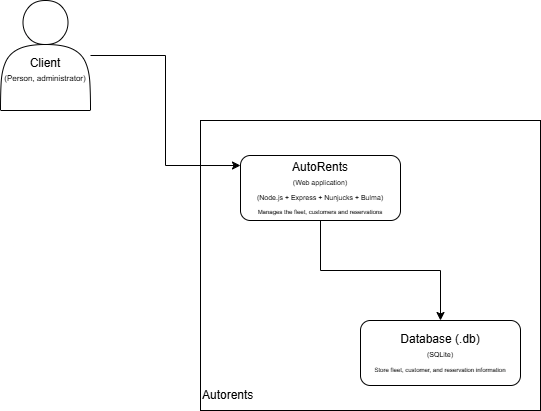
Before: docs/AutoRentsL2.drawio.png, a diagram exported from draw.io (LorenzoDrovandi7/AutoRents). Source tidied: cells renumbered, new cells last; positions are measured from the earlier drawing's top-left corner, leaving out a move shared by most shapes. Source of this version:
```xml
<mxGraphModel background="light-dark(#FFFFFF,#FFFEFE)">
  <root>
    <mxCell id="0" />
    <mxCell id="1" parent="0" />
    <mxCell id="2" value="&lt;div&gt;&lt;br&gt;&lt;/div&gt;&lt;div&gt;&lt;br&gt;&lt;/div&gt;Client&lt;div&gt;&lt;font style=&quot;font-size: 8px;&quot;&gt;(Person, administrator)&lt;/font&gt;&lt;/div&gt;" style="shape=actor;whiteSpace=wrap;html=1;" parent="1" vertex="1">
      <mxGeometry width="90" height="110" as="geometry" />
    </mxCell>
    <mxCell id="3" value="&lt;div&gt;&lt;span style=&quot;background-color: transparent; color: light-dark(rgb(0, 0, 0), rgb(255, 255, 255));&quot;&gt;&lt;br&gt;&lt;/span&gt;&lt;/div&gt;&lt;span style=&quot;background-color: transparent; color: light-dark(rgb(0, 0, 0), rgb(255, 255, 255));&quot;&gt;&lt;div&gt;&lt;span style=&quot;background-color: transparent; color: light-dark(rgb(0, 0, 0), rgb(255, 255, 255));&quot;&gt;&lt;br&gt;&lt;/span&gt;&lt;/div&gt;&lt;div&gt;&lt;span style=&quot;background-color: transparent; color: light-dark(rgb(0, 0, 0), rgb(255, 255, 255));&quot;&gt;&lt;br&gt;&lt;/span&gt;&lt;/div&gt;&lt;div&gt;&lt;span style=&quot;background-color: transparent; color: light-dark(rgb(0, 0, 0), rgb(255, 255, 255));&quot;&gt;&lt;br&gt;&lt;/span&gt;&lt;/div&gt;&lt;div&gt;&lt;span style=&quot;background-color: transparent; color: light-dark(rgb(0, 0, 0), rgb(255, 255, 255));&quot;&gt;&lt;br&gt;&lt;/span&gt;&lt;/div&gt;&lt;div&gt;&lt;span style=&quot;background-color: transparent; color: light-dark(rgb(0, 0, 0), rgb(255, 255, 255));&quot;&gt;&lt;br&gt;&lt;/span&gt;&lt;/div&gt;&lt;div&gt;&lt;span style=&quot;background-color: transparent; color: light-dark(rgb(0, 0, 0), rgb(255, 255, 255));&quot;&gt;&lt;br&gt;&lt;/span&gt;&lt;/div&gt;&lt;div&gt;&lt;span style=&quot;background-color: transparent; color: light-dark(rgb(0, 0, 0), rgb(255, 255, 255));&quot;&gt;&lt;br&gt;&lt;/span&gt;&lt;/div&gt;&lt;div&gt;&lt;span style=&quot;background-color: transparent; color: light-dark(rgb(0, 0, 0), rgb(255, 255, 255));&quot;&gt;&lt;br&gt;&lt;/span&gt;&lt;/div&gt;&lt;div&gt;&lt;span style=&quot;background-color: transparent; color: light-dark(rgb(0, 0, 0), rgb(255, 255, 255));&quot;&gt;&lt;br&gt;&lt;/span&gt;&lt;/div&gt;&lt;div&gt;&lt;span style=&quot;background-color: transparent; color: light-dark(rgb(0, 0, 0), rgb(255, 255, 255));&quot;&gt;&lt;br&gt;&lt;/span&gt;&lt;/div&gt;&lt;div&gt;&lt;span style=&quot;background-color: transparent; color: light-dark(rgb(0, 0, 0), rgb(255, 255, 255));&quot;&gt;&lt;br&gt;&lt;/span&gt;&lt;/div&gt;&lt;div&gt;&lt;span style=&quot;background-color: transparent; color: light-dark(rgb(0, 0, 0), rgb(255, 255, 255));&quot;&gt;&lt;br&gt;&lt;/span&gt;&lt;/div&gt;&lt;div&gt;&lt;span style=&quot;background-color: transparent; color: light-dark(rgb(0, 0, 0), rgb(255, 255, 255));&quot;&gt;&lt;br&gt;&lt;/span&gt;&lt;/div&gt;&lt;div&gt;&lt;span style=&quot;background-color: transparent; color: light-dark(rgb(0, 0, 0), rgb(255, 255, 255));&quot;&gt;&lt;br&gt;&lt;/span&gt;&lt;/div&gt;&lt;div&gt;&lt;span style=&quot;background-color: transparent; color: light-dark(rgb(0, 0, 0), rgb(255, 255, 255));&quot;&gt;&lt;br&gt;&lt;/span&gt;&lt;/div&gt;&lt;div&gt;&lt;span style=&quot;background-color: transparent; color: light-dark(rgb(0, 0, 0), rgb(255, 255, 255));&quot;&gt;&lt;br&gt;&lt;/span&gt;&lt;/div&gt;&lt;div&gt;&lt;span style=&quot;background-color: transparent; color: light-dark(rgb(0, 0, 0), rgb(255, 255, 255));&quot;&gt;&lt;br&gt;&lt;/span&gt;&lt;/div&gt;Autorents&lt;/span&gt;" style="rounded=0;whiteSpace=wrap;html=1;align=left;" parent="1" vertex="1">
      <mxGeometry x="200" y="120" width="340" height="290" as="geometry" />
    </mxCell>
    <mxCell id="4" style="edgeStyle=orthogonalEdgeStyle;rounded=0;jettySize=auto;html=1;" parent="1" edge="1" source="5" target="7">
      <mxGeometry relative="1" as="geometry" />
    </mxCell>
    <mxCell id="5" value="AutoRents&lt;br&gt;&lt;font style=&quot;font-size: 7px;&quot;&gt;(Web application)&lt;/font&gt;&lt;div&gt;&lt;font style=&quot;&quot;&gt;&lt;span style=&quot;font-size: 7px;&quot;&gt;(Node.js + Express + Nunjucks + Bulma)&lt;/span&gt;&lt;/font&gt;&lt;/div&gt;&lt;div&gt;&lt;span style=&quot;font-size: 6px; text-wrap-mode: nowrap;&quot;&gt;Manages the fleet, customers and reservations&lt;/span&gt;&lt;/div&gt;" style="rounded=1;whiteSpace=wrap;html=1;" parent="1" vertex="1">
      <mxGeometry x="240" y="155" width="160" height="65" as="geometry" />
    </mxCell>
    <mxCell id="6" style="edgeStyle=orthogonalEdgeStyle;rounded=0;jettySize=auto;html=1;entryX=0;entryY=0.154;entryDx=0;entryDy=0;entryPerimeter=0;" parent="1" edge="1" source="2" target="5">
      <mxGeometry relative="1" as="geometry" />
    </mxCell>
    <mxCell id="7" value="Database (.db)&lt;br&gt;&lt;font style=&quot;font-size: 7px;&quot;&gt;(SQLite)&lt;/font&gt;&lt;div&gt;&lt;span style=&quot;font-size: 6px; text-wrap-mode: nowrap;&quot;&gt;Store fleet, customer, and reservation information&lt;/span&gt;&lt;/div&gt;" style="rounded=1;whiteSpace=wrap;html=1;" parent="1" vertex="1">
      <mxGeometry x="360" y="320" width="160" height="65" as="geometry" />
    </mxCell>
  </root>
</mxGraphModel>
```
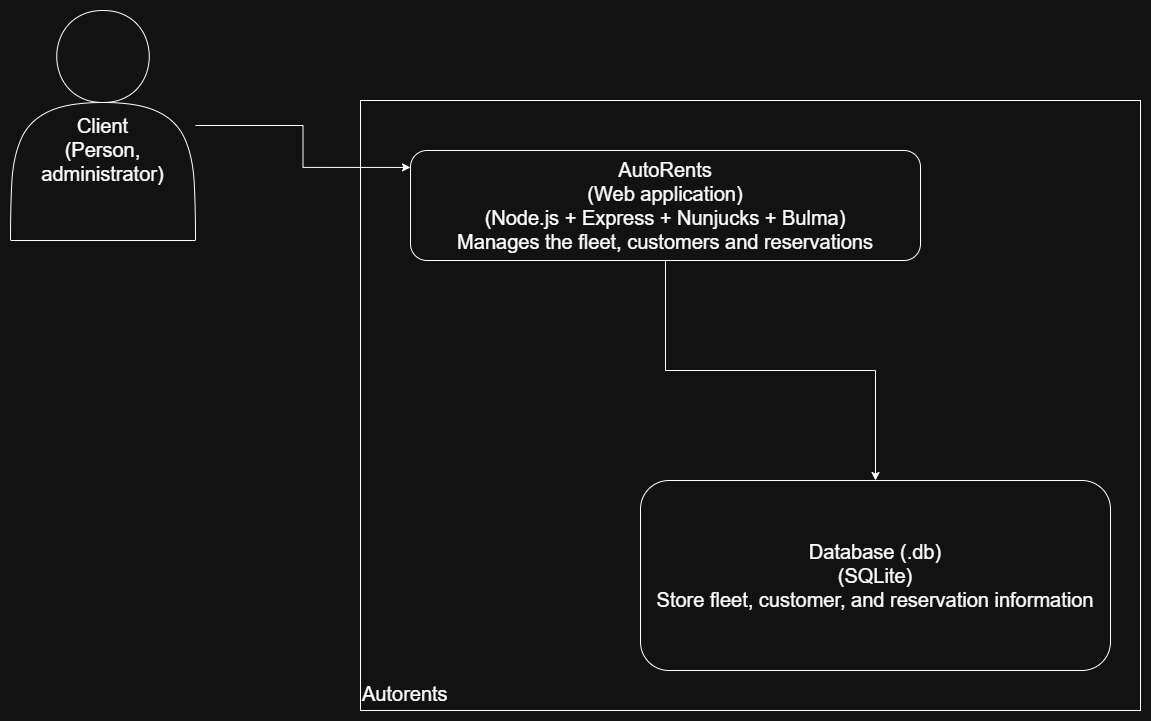
Above is the later version.

Change to the diagram source:
```diff
@@ -1,24 +1,24 @@
-<mxGraphModel background="light-dark(#FFFFFF,#FFFEFE)">
+<mxGraphModel>
   <root>
     <mxCell id="0" />
     <mxCell id="1" parent="0" />
-    <mxCell id="2" value="&lt;div&gt;&lt;br&gt;&lt;/div&gt;&lt;div&gt;&lt;br&gt;&lt;/div&gt;Client&lt;div&gt;&lt;font style=&quot;font-size: 8px;&quot;&gt;(Person, administrator)&lt;/font&gt;&lt;/div&gt;" style="shape=actor;whiteSpace=wrap;html=1;" parent="1" vertex="1">
-      <mxGeometry width="90" height="110" as="geometry" />
+    <mxCell id="2" value="&lt;div&gt;&lt;br&gt;&lt;/div&gt;&lt;div&gt;&lt;br&gt;&lt;/div&gt;Client&lt;div&gt;&lt;font&gt;(Person, administrator)&lt;/font&gt;&lt;/div&gt;" style="shape=actor;whiteSpace=wrap;html=1;fontSize=20;" parent="1" vertex="1">
+      <mxGeometry x="-270" y="30" width="185" height="230" as="geometry" />
     </mxCell>
-    <mxCell id="3" value="&lt;div&gt;&lt;span style=&quot;background-color: transparent; color: light-dark(rgb(0, 0, 0), rgb(255, 255, 255));&quot;&gt;&lt;br&gt;&lt;/span&gt;&lt;/div&gt;&lt;span style=&quot;background-color: transparent; color: light-dark(rgb(0, 0, 0), rgb(255, 255, 255));&quot;&gt;&lt;div&gt;&lt;span style=&quot;background-color: transparent; color: light-dark(rgb(0, 0, 0), rgb(255, 255, 255));&quot;&gt;&lt;br&gt;&lt;/span&gt;&lt;/div&gt;&lt;div&gt;&lt;span style=&quot;background-color: transparent; color: light-dark(rgb(0, 0, 0), rgb(255, 255, 255));&quot;&gt;&lt;br&gt;&lt;/span&gt;&lt;/div&gt;&lt;div&gt;&lt;span style=&quot;background-color: transparent; color: light-dark(rgb(0, 0, 0), rgb(255, 255, 255));&quot;&gt;&lt;br&gt;&lt;/span&gt;&lt;/div&gt;&lt;div&gt;&lt;span style=&quot;background-color: transparent; color: light-dark(rgb(0, 0, 0), rgb(255, 255, 255));&quot;&gt;&lt;br&gt;&lt;/span&gt;&lt;/div&gt;&lt;div&gt;&lt;span style=&quot;background-color: transparent; color: light-dark(rgb(0, 0, 0), rgb(255, 255, 255));&quot;&gt;&lt;br&gt;&lt;/span&gt;&lt;/div&gt;&lt;div&gt;&lt;span style=&quot;background-color: transparent; color: light-dark(rgb(0, 0, 0), rgb(255, 255, 255));&quot;&gt;&lt;br&gt;&lt;/span&gt;&lt;/div&gt;&lt;div&gt;&lt;span style=&quot;background-color: transparent; color: light-dark(rgb(0, 0, 0), rgb(255, 255, 255));&quot;&gt;&lt;br&gt;&lt;/span&gt;&lt;/div&gt;&lt;div&gt;&lt;span style=&quot;background-color: transparent; color: light-dark(rgb(0, 0, 0), rgb(255, 255, 255));&quot;&gt;&lt;br&gt;&lt;/span&gt;&lt;/div&gt;&lt;div&gt;&lt;span style=&quot;background-color: transparent; color: light-dark(rgb(0, 0, 0), rgb(255, 255, 255));&quot;&gt;&lt;br&gt;&lt;/span&gt;&lt;/div&gt;&lt;div&gt;&lt;span style=&quot;background-color: transparent; color: light-dark(rgb(0, 0, 0), rgb(255, 255, 255));&quot;&gt;&lt;br&gt;&lt;/span&gt;&lt;/div&gt;&lt;div&gt;&lt;span style=&quot;background-color: transparent; color: light-dark(rgb(0, 0, 0), rgb(255, 255, 255));&quot;&gt;&lt;br&gt;&lt;/span&gt;&lt;/div&gt;&lt;div&gt;&lt;span style=&quot;background-color: transparent; color: light-dark(rgb(0, 0, 0), rgb(255, 255, 255));&quot;&gt;&lt;br&gt;&lt;/span&gt;&lt;/div&gt;&lt;div&gt;&lt;span style=&quot;background-color: transparent; color: light-dark(rgb(0, 0, 0), rgb(255, 255, 255));&quot;&gt;&lt;br&gt;&lt;/span&gt;&lt;/div&gt;&lt;div&gt;&lt;span style=&quot;background-color: transparent; color: light-dark(rgb(0, 0, 0), rgb(255, 255, 255));&quot;&gt;&lt;br&gt;&lt;/span&gt;&lt;/div&gt;&lt;div&gt;&lt;span style=&quot;background-color: transparent; color: light-dark(rgb(0, 0, 0), rgb(255, 255, 255));&quot;&gt;&lt;br&gt;&lt;/span&gt;&lt;/div&gt;&lt;div&gt;&lt;span style=&quot;background-color: transparent; color: light-dark(rgb(0, 0, 0), rgb(255, 255, 255));&quot;&gt;&lt;br&gt;&lt;/span&gt;&lt;/div&gt;&lt;div&gt;&lt;span style=&quot;background-color: transparent; color: light-dark(rgb(0, 0, 0), rgb(255, 255, 255));&quot;&gt;&lt;br&gt;&lt;/span&gt;&lt;/div&gt;Autorents&lt;/span&gt;" style="rounded=0;whiteSpace=wrap;html=1;align=left;" parent="1" vertex="1">
-      <mxGeometry x="200" y="120" width="340" height="290" as="geometry" />
+    <mxCell id="3" value="&lt;div&gt;&lt;span style=&quot;background-color: transparent; color: light-dark(rgb(0, 0, 0), rgb(255, 255, 255));&quot;&gt;&lt;br&gt;&lt;/span&gt;&lt;/div&gt;&lt;span style=&quot;background-color: transparent; color: light-dark(rgb(0, 0, 0), rgb(255, 255, 255));&quot;&gt;&lt;div&gt;&lt;span style=&quot;background-color: transparent; color: light-dark(rgb(0, 0, 0), rgb(255, 255, 255));&quot;&gt;&lt;br&gt;&lt;/span&gt;&lt;/div&gt;&lt;div&gt;&lt;span style=&quot;background-color: transparent; color: light-dark(rgb(0, 0, 0), rgb(255, 255, 255));&quot;&gt;&lt;br&gt;&lt;/span&gt;&lt;/div&gt;&lt;div&gt;&lt;span style=&quot;background-color: transparent; color: light-dark(rgb(0, 0, 0), rgb(255, 255, 255));&quot;&gt;&lt;br&gt;&lt;/span&gt;&lt;/div&gt;&lt;div&gt;&lt;span style=&quot;background-color: transparent; color: light-dark(rgb(0, 0, 0), rgb(255, 255, 255));&quot;&gt;&lt;br&gt;&lt;/span&gt;&lt;/div&gt;&lt;div&gt;&lt;span style=&quot;background-color: transparent; color: light-dark(rgb(0, 0, 0), rgb(255, 255, 255));&quot;&gt;&lt;br&gt;&lt;/span&gt;&lt;/div&gt;&lt;div&gt;&lt;span style=&quot;background-color: transparent; color: light-dark(rgb(0, 0, 0), rgb(255, 255, 255));&quot;&gt;&lt;br&gt;&lt;/span&gt;&lt;/div&gt;&lt;div&gt;&lt;span style=&quot;background-color: transparent; color: light-dark(rgb(0, 0, 0), rgb(255, 255, 255));&quot;&gt;&lt;br&gt;&lt;/span&gt;&lt;/div&gt;&lt;div&gt;&lt;span style=&quot;background-color: transparent; color: light-dark(rgb(0, 0, 0), rgb(255, 255, 255));&quot;&gt;&lt;br&gt;&lt;/span&gt;&lt;/div&gt;&lt;div&gt;&lt;span style=&quot;background-color: transparent; color: light-dark(rgb(0, 0, 0), rgb(255, 255, 255));&quot;&gt;&lt;br&gt;&lt;/span&gt;&lt;/div&gt;&lt;div&gt;&lt;span style=&quot;background-color: transparent; color: light-dark(rgb(0, 0, 0), rgb(255, 255, 255));&quot;&gt;&lt;br&gt;&lt;/span&gt;&lt;/div&gt;&lt;div&gt;&lt;span style=&quot;background-color: transparent; color: light-dark(rgb(0, 0, 0), rgb(255, 255, 255));&quot;&gt;&lt;br&gt;&lt;/span&gt;&lt;/div&gt;&lt;div&gt;&lt;span style=&quot;background-color: transparent; color: light-dark(rgb(0, 0, 0), rgb(255, 255, 255));&quot;&gt;&lt;br&gt;&lt;/span&gt;&lt;/div&gt;&lt;div&gt;&lt;span style=&quot;background-color: transparent; color: light-dark(rgb(0, 0, 0), rgb(255, 255, 255));&quot;&gt;&lt;br&gt;&lt;/span&gt;&lt;/div&gt;&lt;div&gt;&lt;span style=&quot;background-color: transparent; color: light-dark(rgb(0, 0, 0), rgb(255, 255, 255));&quot;&gt;&lt;br&gt;&lt;/span&gt;&lt;/div&gt;&lt;div&gt;&lt;span style=&quot;background-color: transparent; color: light-dark(rgb(0, 0, 0), rgb(255, 255, 255));&quot;&gt;&lt;br&gt;&lt;/span&gt;&lt;/div&gt;&lt;div&gt;&lt;span style=&quot;background-color: transparent; color: light-dark(rgb(0, 0, 0), rgb(255, 255, 255));&quot;&gt;&lt;br&gt;&lt;/span&gt;&lt;/div&gt;&lt;div&gt;&lt;span style=&quot;background-color: transparent; color: light-dark(rgb(0, 0, 0), rgb(255, 255, 255));&quot;&gt;&lt;br&gt;&lt;/span&gt;&lt;/div&gt;&lt;div&gt;&lt;span style=&quot;background-color: transparent; color: light-dark(rgb(0, 0, 0), rgb(255, 255, 255));&quot;&gt;&lt;br&gt;&lt;/span&gt;&lt;/div&gt;&lt;div&gt;&lt;span style=&quot;background-color: transparent; color: light-dark(rgb(0, 0, 0), rgb(255, 255, 255));&quot;&gt;&lt;br&gt;&lt;/span&gt;&lt;/div&gt;&lt;div&gt;&lt;span style=&quot;background-color: transparent; color: light-dark(rgb(0, 0, 0), rgb(255, 255, 255));&quot;&gt;&lt;br&gt;&lt;/span&gt;&lt;/div&gt;&lt;div&gt;&lt;span style=&quot;background-color: transparent; color: light-dark(rgb(0, 0, 0), rgb(255, 255, 255));&quot;&gt;&lt;br&gt;&lt;/span&gt;&lt;/div&gt;&lt;div&gt;&lt;span style=&quot;background-color: transparent; color: light-dark(rgb(0, 0, 0), rgb(255, 255, 255));&quot;&gt;&lt;br&gt;&lt;/span&gt;&lt;/div&gt;&lt;div&gt;&lt;span style=&quot;background-color: transparent; color: light-dark(rgb(0, 0, 0), rgb(255, 255, 255));&quot;&gt;&lt;br&gt;&lt;/span&gt;&lt;/div&gt;Autorents&lt;/span&gt;" style="rounded=0;whiteSpace=wrap;html=1;align=left;fontSize=20;" parent="1" vertex="1">
+      <mxGeometry x="80" y="120" width="780" height="610" as="geometry" />
     </mxCell>
-    <mxCell id="4" style="edgeStyle=orthogonalEdgeStyle;rounded=0;jettySize=auto;html=1;" parent="1" edge="1" source="5" target="7">
+    <mxCell id="4" style="edgeStyle=orthogonalEdgeStyle;rounded=0;jettySize=auto;html=1;fontSize=20;" parent="1" edge="1" source="5" target="7">
       <mxGeometry relative="1" as="geometry" />
     </mxCell>
-    <mxCell id="5" value="AutoRents&lt;br&gt;&lt;font style=&quot;font-size: 7px;&quot;&gt;(Web application)&lt;/font&gt;&lt;div&gt;&lt;font style=&quot;&quot;&gt;&lt;span style=&quot;font-size: 7px;&quot;&gt;(Node.js + Express + Nunjucks + Bulma)&lt;/span&gt;&lt;/font&gt;&lt;/div&gt;&lt;div&gt;&lt;span style=&quot;font-size: 6px; text-wrap-mode: nowrap;&quot;&gt;Manages the fleet, customers and reservations&lt;/span&gt;&lt;/div&gt;" style="rounded=1;whiteSpace=wrap;html=1;" parent="1" vertex="1">
-      <mxGeometry x="240" y="155" width="160" height="65" as="geometry" />
+    <mxCell id="5" value="AutoRents&lt;br&gt;&lt;font&gt;(Web application)&lt;/font&gt;&lt;div&gt;&lt;font&gt;&lt;span&gt;(Node.js + Express + Nunjucks + Bulma)&lt;/span&gt;&lt;/font&gt;&lt;/div&gt;&lt;div&gt;&lt;span style=&quot;text-wrap-mode: nowrap;&quot;&gt;Manages the fleet, customers and reservations&lt;/span&gt;&lt;/div&gt;" style="rounded=1;whiteSpace=wrap;html=1;fontSize=20;" parent="1" vertex="1">
+      <mxGeometry x="130" y="170" width="510" height="110" as="geometry" />
     </mxCell>
-    <mxCell id="6" style="edgeStyle=orthogonalEdgeStyle;rounded=0;jettySize=auto;html=1;entryX=0;entryY=0.154;entryDx=0;entryDy=0;entryPerimeter=0;" parent="1" edge="1" source="2" target="5">
+    <mxCell id="6" style="edgeStyle=orthogonalEdgeStyle;rounded=0;jettySize=auto;html=1;entryX=0;entryY=0.154;entryDx=0;entryDy=0;entryPerimeter=0;fontSize=20;" parent="1" edge="1" source="2" target="5">
       <mxGeometry relative="1" as="geometry" />
     </mxCell>
-    <mxCell id="7" value="Database (.db)&lt;br&gt;&lt;font style=&quot;font-size: 7px;&quot;&gt;(SQLite)&lt;/font&gt;&lt;div&gt;&lt;span style=&quot;font-size: 6px; text-wrap-mode: nowrap;&quot;&gt;Store fleet, customer, and reservation information&lt;/span&gt;&lt;/div&gt;" style="rounded=1;whiteSpace=wrap;html=1;" parent="1" vertex="1">
-      <mxGeometry x="360" y="320" width="160" height="65" as="geometry" />
+    <mxCell id="7" value="Database (.db)&lt;br&gt;&lt;font&gt;(SQLite)&lt;/font&gt;&lt;div&gt;&lt;span style=&quot;text-wrap-mode: nowrap;&quot;&gt;Store fleet, customer, and reservation information&lt;/span&gt;&lt;/div&gt;" style="rounded=1;whiteSpace=wrap;html=1;fontSize=20;" parent="1" vertex="1">
+      <mxGeometry x="360" y="500" width="470" height="190" as="geometry" />
     </mxCell>
   </root>
 </mxGraphModel>
```
